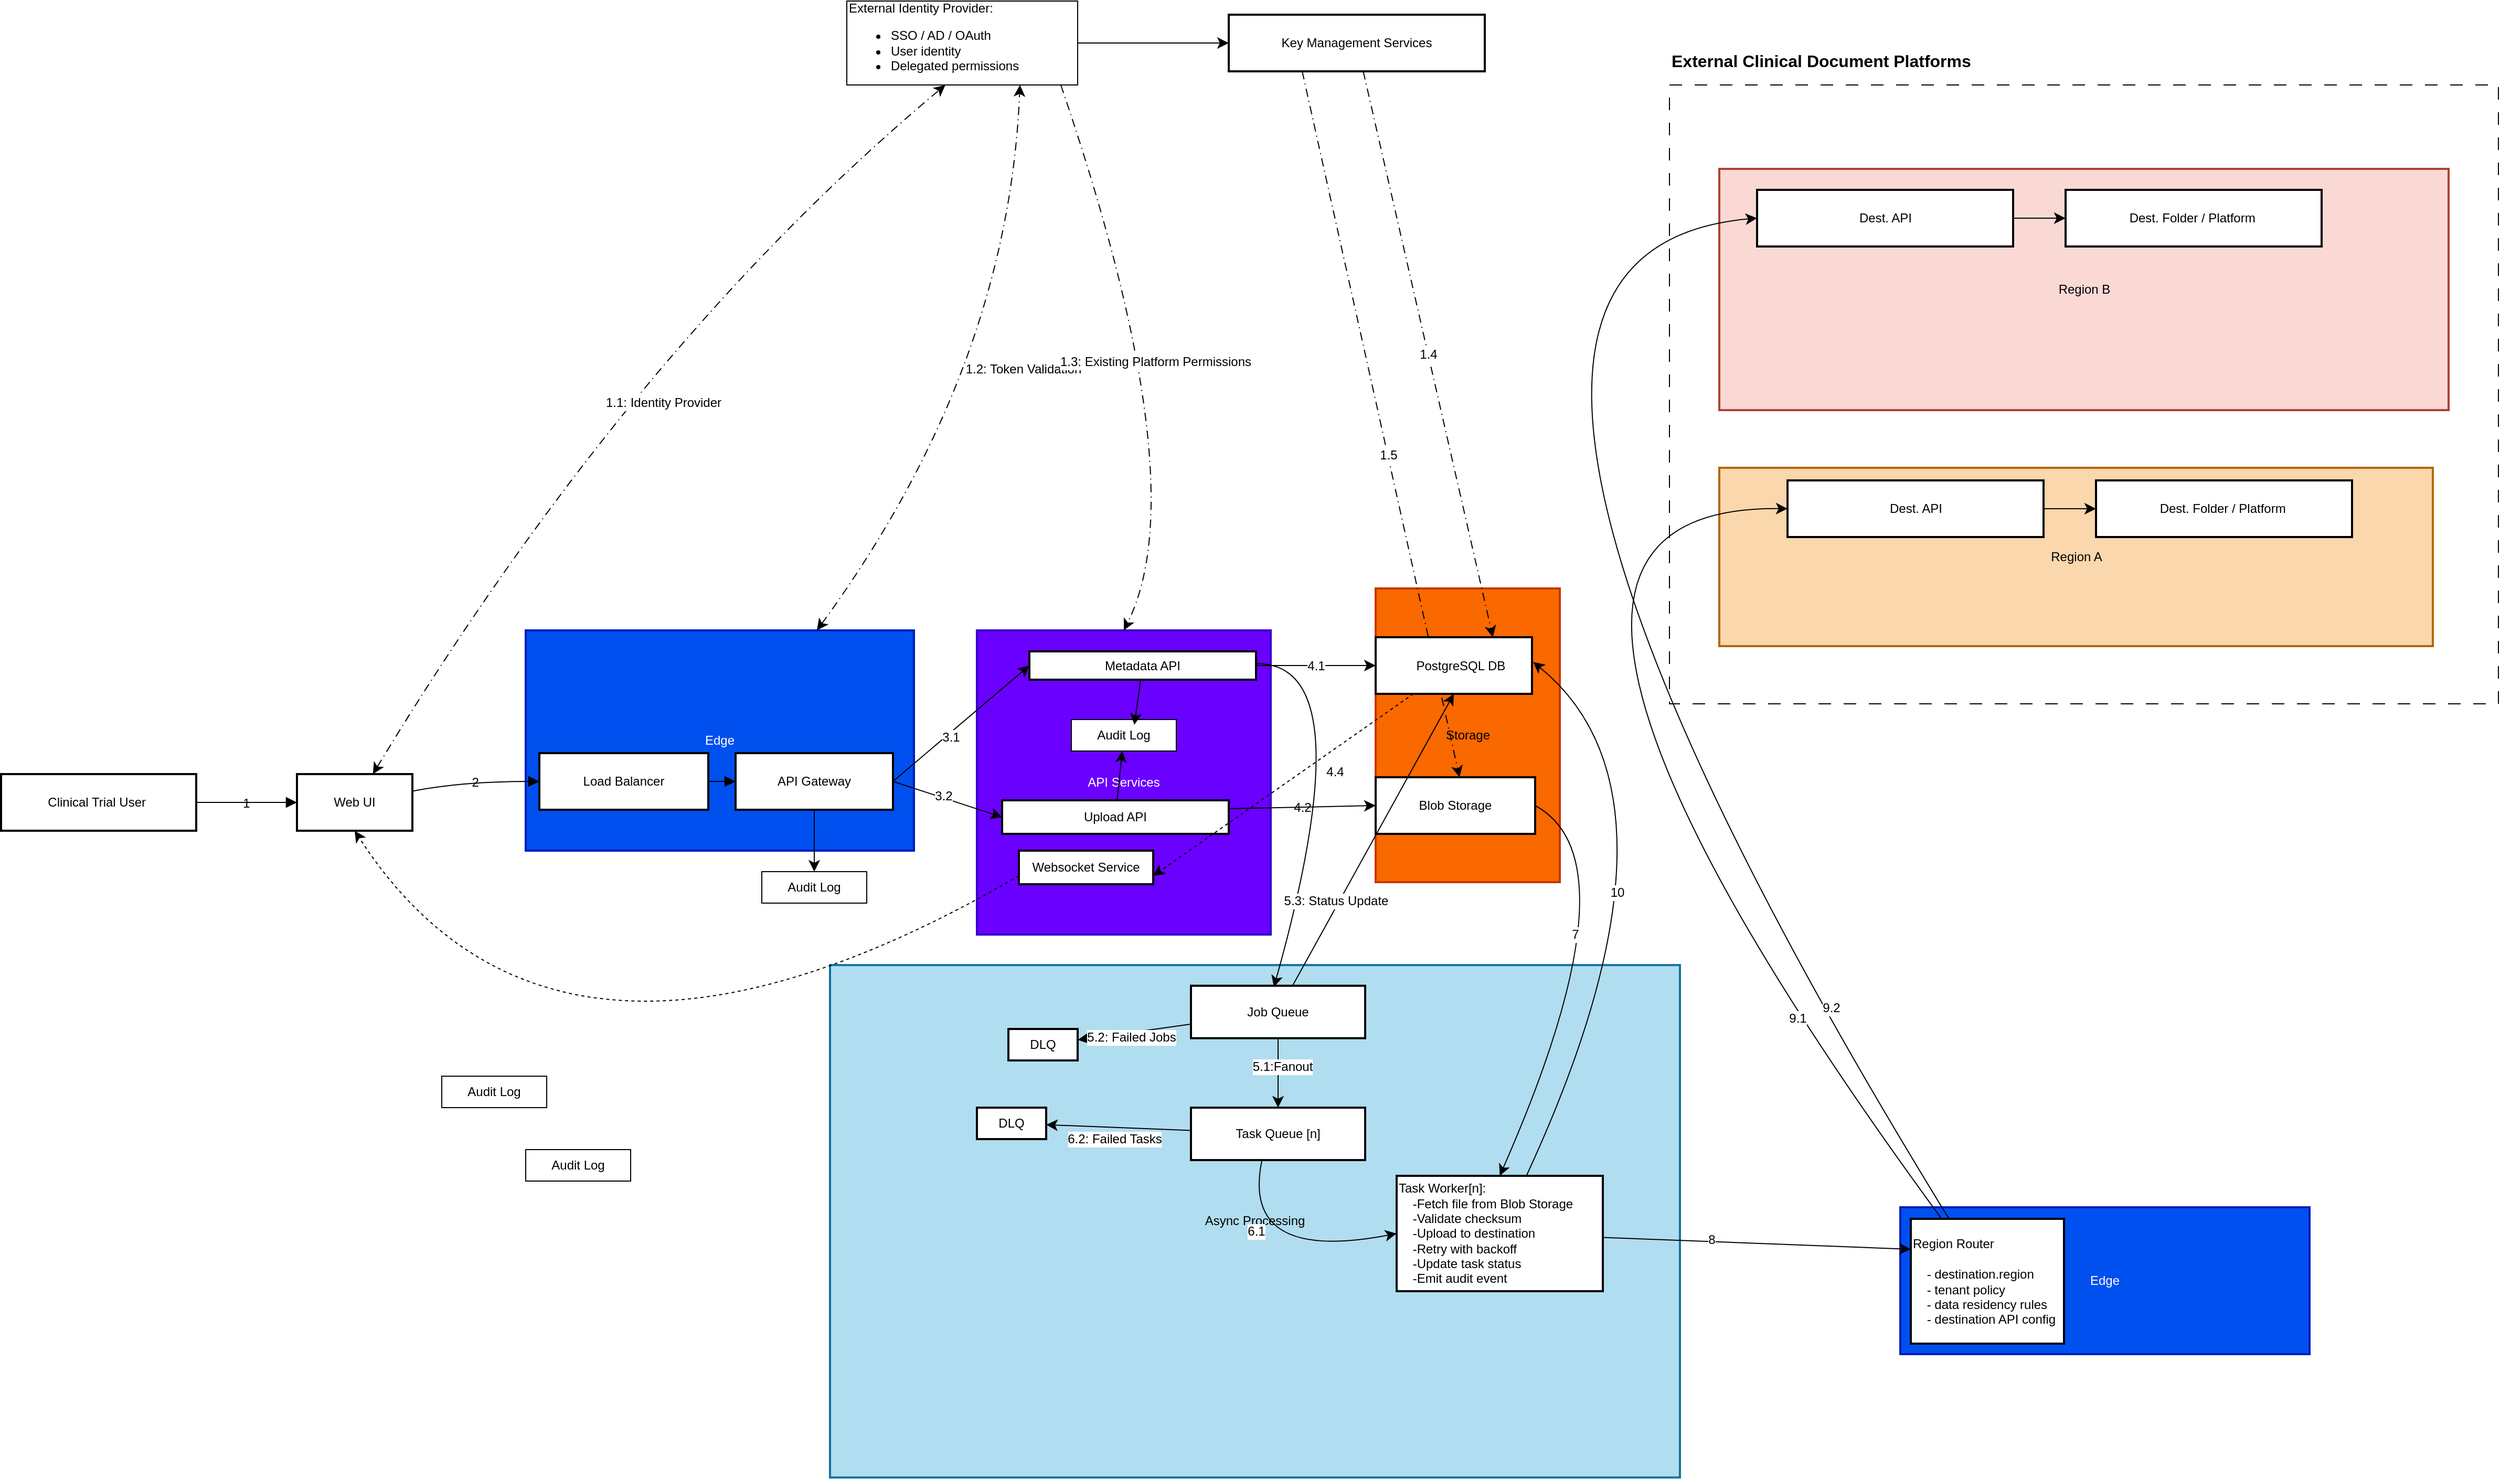
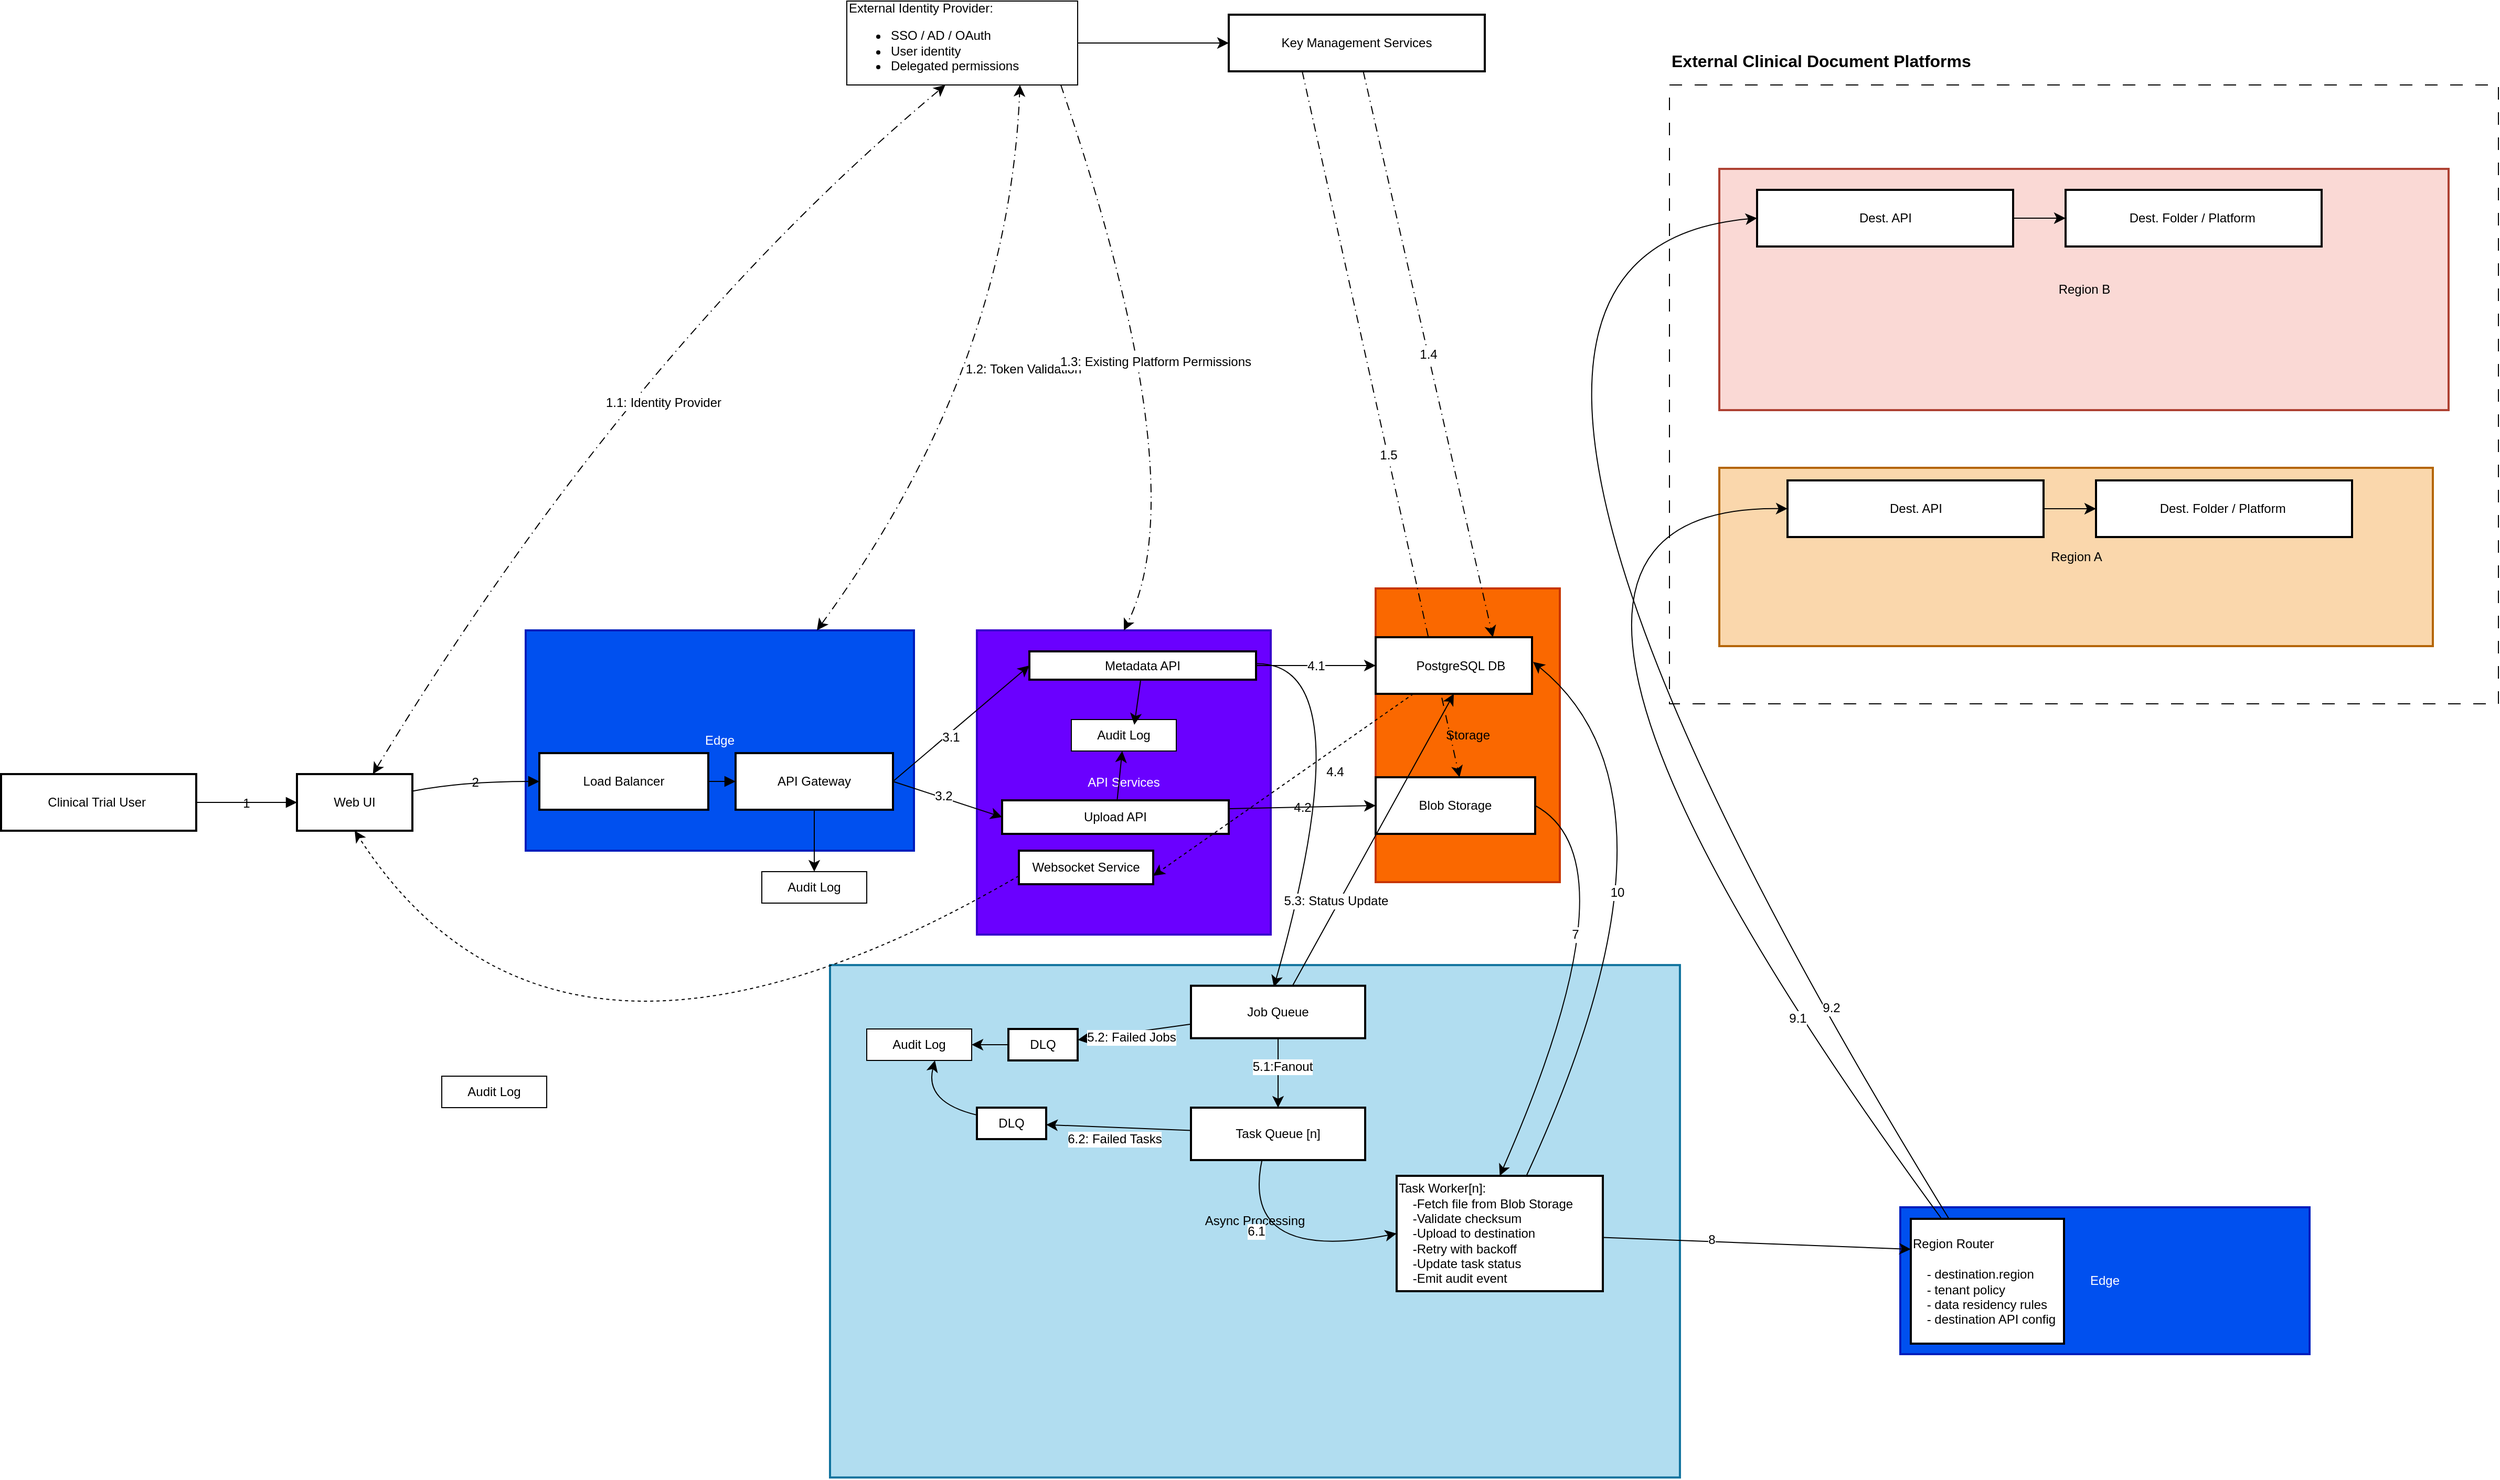
<mxfile host="app.diagrams.net">
  <diagram name="Overall-Diagram" id="Xauzskn0iYLa3f8TggF1">
-     <mxGraphModel dx="412" dy="1380" grid="1" gridSize="10" guides="1" tooltips="1" connect="1" arrows="1" fold="1" page="1" pageScale="1" pageWidth="850" pageHeight="1100" background="none" math="0" shadow="0">
+     <mxGraphModel dx="992" dy="1775" grid="1" gridSize="10" guides="1" tooltips="1" connect="1" arrows="1" fold="1" page="1" pageScale="1" pageWidth="850" pageHeight="1100" background="none" math="0" shadow="0">
      <root>
        <mxCell id="0" />
        <mxCell id="1" parent="0" />
        <mxCell id="kZjGEyZ31KSyDfQOjVAd-13" connectable="0" parent="1" style="group" value="" vertex="1">
          <mxGeometry height="630" width="790" x="1690" y="-520" as="geometry" />
        </mxCell>
        <mxCell id="kZjGEyZ31KSyDfQOjVAd-8" parent="kZjGEyZ31KSyDfQOjVAd-13" style="rounded=0;whiteSpace=wrap;html=1;fillColor=none;dashed=1;dashPattern=12 12;" value="" vertex="1">
          <mxGeometry height="590" width="790" y="40" as="geometry" />
        </mxCell>
        <mxCell id="kZjGEyZ31KSyDfQOjVAd-10" parent="kZjGEyZ31KSyDfQOjVAd-13" style="text;html=1;whiteSpace=wrap;strokeColor=none;fillColor=none;align=left;verticalAlign=middle;rounded=0;fontSize=16;" value="&lt;h2&gt;&lt;span style=&quot;-webkit-text-size-adjust: auto; font-size: medium;&quot;&gt;External Clinical Document Platforms&lt;/span&gt;&lt;/h2&gt;" vertex="1">
          <mxGeometry height="30" width="470" as="geometry" />
        </mxCell>
        <mxCell id="tPvMw2njpGqdJi2HAjV1-28" parent="kZjGEyZ31KSyDfQOjVAd-13" style="whiteSpace=wrap;strokeWidth=2;rounded=0;labelBackgroundColor=none;fillColor=#fad9d5;strokeColor=#ae4132;" value="Region B" vertex="1">
          <mxGeometry height="230" width="695" x="47.5" y="120" as="geometry" />
        </mxCell>
        <mxCell id="tPvMw2njpGqdJi2HAjV1-27" parent="kZjGEyZ31KSyDfQOjVAd-13" style="whiteSpace=wrap;strokeWidth=2;rounded=0;labelBackgroundColor=none;fillColor=#fad7ac;strokeColor=#b46504;" value="Region A" vertex="1">
          <mxGeometry height="170" width="680" x="47.5" y="405" as="geometry" />
        </mxCell>
        <mxCell id="tPvMw2njpGqdJi2HAjV1-7" parent="kZjGEyZ31KSyDfQOjVAd-13" style="whiteSpace=wrap;strokeWidth=2;rounded=0;labelBackgroundColor=none;" value="Dest. Folder / Platform " vertex="1">
          <mxGeometry height="54" width="244" x="406.5" y="417" as="geometry" />
        </mxCell>
        <mxCell id="tPvMw2njpGqdJi2HAjV1-15" edge="1" parent="kZjGEyZ31KSyDfQOjVAd-13" source="tPvMw2njpGqdJi2HAjV1-8" style="edgeStyle=none;curved=1;rounded=0;orthogonalLoop=1;jettySize=auto;html=1;fontSize=12;startSize=8;endSize=8;" target="tPvMw2njpGqdJi2HAjV1-7" value="">
          <mxGeometry relative="1" as="geometry" />
        </mxCell>
        <mxCell id="tPvMw2njpGqdJi2HAjV1-8" parent="kZjGEyZ31KSyDfQOjVAd-13" style="whiteSpace=wrap;strokeWidth=2;rounded=0;labelBackgroundColor=none;" value="Dest. API" vertex="1">
          <mxGeometry height="54" width="244" x="112.5" y="417" as="geometry" />
        </mxCell>
        <mxCell id="tPvMw2njpGqdJi2HAjV1-9" parent="kZjGEyZ31KSyDfQOjVAd-13" style="whiteSpace=wrap;strokeWidth=2;rounded=0;labelBackgroundColor=none;" value="Dest. Folder / Platform " vertex="1">
          <mxGeometry height="54" width="244" x="377.5" y="140" as="geometry" />
        </mxCell>
        <mxCell id="tPvMw2njpGqdJi2HAjV1-16" edge="1" parent="kZjGEyZ31KSyDfQOjVAd-13" source="tPvMw2njpGqdJi2HAjV1-10" style="edgeStyle=none;curved=1;rounded=0;orthogonalLoop=1;jettySize=auto;html=1;fontSize=12;startSize=8;endSize=8;" target="tPvMw2njpGqdJi2HAjV1-9" value="">
          <mxGeometry relative="1" as="geometry" />
        </mxCell>
        <mxCell id="kZjGEyZ31KSyDfQOjVAd-19" edge="1" parent="kZjGEyZ31KSyDfQOjVAd-13" source="tPvMw2njpGqdJi2HAjV1-10" style="edgeStyle=none;curved=1;rounded=0;orthogonalLoop=1;jettySize=auto;html=1;fontSize=12;startSize=8;endSize=8;">
          <mxGeometry relative="1" as="geometry">
            <mxPoint x="129.99999999999955" y="167" as="targetPoint" />
          </mxGeometry>
        </mxCell>
        <mxCell id="tPvMw2njpGqdJi2HAjV1-10" parent="kZjGEyZ31KSyDfQOjVAd-13" style="whiteSpace=wrap;strokeWidth=2;rounded=0;labelBackgroundColor=none;" value="Dest. API" vertex="1">
          <mxGeometry height="54" width="244" x="83.5" y="140" as="geometry" />
        </mxCell>
        <mxCell id="ZxT0anLmeUN1lRlBXtKW-56" parent="1" style="whiteSpace=wrap;strokeWidth=2;rounded=0;labelBackgroundColor=none;fillColor=#0050ef;fontColor=#ffffff;strokeColor=#001DBC;" value="Edge" vertex="1">
          <mxGeometry height="140" width="390" x="1910" y="590" as="geometry" />
        </mxCell>
        <mxCell id="LGeiLnGPZ_kJypGg9XhN-2" parent="1" style="whiteSpace=wrap;strokeWidth=2;rounded=0;labelBackgroundColor=none;fillColor=#b1ddf0;strokeColor=#10739e;aspect=fixed;" value="Async Processing" vertex="1">
          <mxGeometry height="488.53" width="809.97" x="890" y="359.08" as="geometry" />
        </mxCell>
        <mxCell id="LGeiLnGPZ_kJypGg9XhN-4" parent="1" style="whiteSpace=wrap;strokeWidth=2;rounded=0;labelBackgroundColor=none;fillColor=#6a00ff;fontColor=#ffffff;strokeColor=#3700CC;" value="API Services" vertex="1">
          <mxGeometry height="290" width="280" x="1030" y="40" as="geometry" />
        </mxCell>
        <mxCell id="LGeiLnGPZ_kJypGg9XhN-3" parent="1" style="whiteSpace=wrap;strokeWidth=2;rounded=0;labelBackgroundColor=none;fillColor=#fa6800;fontColor=#000000;strokeColor=#C73500;" value="Storage" vertex="1">
          <mxGeometry height="280" width="175.5" x="1410" as="geometry" />
        </mxCell>
        <mxCell id="LGeiLnGPZ_kJypGg9XhN-5" parent="1" style="whiteSpace=wrap;strokeWidth=2;rounded=0;labelBackgroundColor=none;fillColor=#0050ef;fontColor=#ffffff;strokeColor=#001DBC;" value="Edge" vertex="1">
          <mxGeometry height="210" width="370" x="600" y="40" as="geometry" />
        </mxCell>
        <mxCell id="LGeiLnGPZ_kJypGg9XhN-6" parent="1" style="whiteSpace=wrap;strokeWidth=2;rounded=0;labelBackgroundColor=none;" value="Clinical Trial User " vertex="1">
          <mxGeometry height="54" width="186" x="100" y="177" as="geometry" />
        </mxCell>
        <mxCell id="kZjGEyZ31KSyDfQOjVAd-4" edge="1" parent="1" style="edgeStyle=none;curved=1;rounded=0;orthogonalLoop=1;jettySize=auto;html=1;entryX=0.427;entryY=1;entryDx=0;entryDy=0;fontSize=12;startSize=8;endSize=8;dashed=1;dashPattern=8 4 1 4;startArrow=classic;startFill=1;entryPerimeter=0;" target="kZjGEyZ31KSyDfQOjVAd-6" value="1.1: Identity Provider">
          <mxGeometry relative="1" x="0.0321" y="-53" as="geometry">
            <mxPoint as="offset" />
            <Array as="points">
              <mxPoint x="701" y="-230" />
            </Array>
            <mxPoint x="454.3617511520737" y="177" as="sourcePoint" />
            <mxPoint x="1140.5" y="-433" as="targetPoint" />
          </mxGeometry>
        </mxCell>
        <mxCell id="LGeiLnGPZ_kJypGg9XhN-7" parent="1" style="whiteSpace=wrap;strokeWidth=2;rounded=0;labelBackgroundColor=none;" value="Web UI" vertex="1">
          <mxGeometry height="54" width="110" x="382" y="177" as="geometry" />
        </mxCell>
        <mxCell id="LGeiLnGPZ_kJypGg9XhN-8" parent="1" style="whiteSpace=wrap;strokeWidth=2;rounded=0;labelBackgroundColor=none;align=center;" value="&#xa;Load Balancer&#xa;" vertex="1">
          <mxGeometry height="54" width="161" x="613" y="157" as="geometry" />
        </mxCell>
        <mxCell id="ijDLy2rUQYNMrnhEq9o_-15" edge="1" parent="1" source="LGeiLnGPZ_kJypGg9XhN-9" style="edgeStyle=none;curved=1;rounded=0;orthogonalLoop=1;jettySize=auto;html=1;fontSize=12;startSize=8;endSize=8;entryX=0;entryY=0.5;entryDx=0;entryDy=0;labelBackgroundColor=none;fontColor=default;exitX=1;exitY=0.5;exitDx=0;exitDy=0;" target="LGeiLnGPZ_kJypGg9XhN-10">
          <mxGeometry relative="1" as="geometry">
            <mxPoint x="1059.9999999999998" y="229.99999999999977" as="targetPoint" />
          </mxGeometry>
        </mxCell>
        <mxCell id="kZjGEyZ31KSyDfQOjVAd-1" connectable="0" parent="ijDLy2rUQYNMrnhEq9o_-15" style="edgeLabel;html=1;align=center;verticalAlign=middle;resizable=0;points=[];fontSize=12;" value="3.1" vertex="1">
          <mxGeometry relative="1" x="-0.1984" y="-3" as="geometry">
            <mxPoint x="1" as="offset" />
          </mxGeometry>
        </mxCell>
        <mxCell id="ijDLy2rUQYNMrnhEq9o_-17" edge="1" parent="1" source="LGeiLnGPZ_kJypGg9XhN-9" style="edgeStyle=none;curved=1;rounded=0;orthogonalLoop=1;jettySize=auto;html=1;entryX=0;entryY=0.5;entryDx=0;entryDy=0;fontSize=12;startSize=8;endSize=8;exitX=1;exitY=0.5;exitDx=0;exitDy=0;" target="LGeiLnGPZ_kJypGg9XhN-11">
          <mxGeometry relative="1" as="geometry">
            <mxPoint x="960" y="190" as="sourcePoint" />
          </mxGeometry>
        </mxCell>
        <mxCell id="kZjGEyZ31KSyDfQOjVAd-2" connectable="0" parent="ijDLy2rUQYNMrnhEq9o_-17" style="edgeLabel;html=1;align=center;verticalAlign=middle;resizable=0;points=[];fontSize=12;" value="3.2" vertex="1">
          <mxGeometry relative="1" x="-0.0885" y="2" as="geometry">
            <mxPoint as="offset" />
          </mxGeometry>
        </mxCell>
        <mxCell id="tPvMw2njpGqdJi2HAjV1-17" edge="1" parent="1" source="LGeiLnGPZ_kJypGg9XhN-5" style="edgeStyle=none;curved=1;rounded=0;orthogonalLoop=1;jettySize=auto;html=1;entryX=0.75;entryY=1;entryDx=0;entryDy=0;fontSize=12;startSize=8;endSize=8;dashed=1;dashPattern=8 4 1 4;startArrow=classic;startFill=1;exitX=0.75;exitY=0;exitDx=0;exitDy=0;" target="kZjGEyZ31KSyDfQOjVAd-6" value="1.2: Token Validation">
          <mxGeometry relative="1" x="0.0672" y="-14" as="geometry">
            <mxPoint as="offset" />
            <Array as="points">
              <mxPoint x="1060" y="-210" />
            </Array>
            <mxPoint x="853.7118320610687" y="157" as="sourcePoint" />
            <mxPoint x="1240.5" y="-406" as="targetPoint" />
          </mxGeometry>
        </mxCell>
        <mxCell id="H6ffHFjMrClnpl93w-sh-11" edge="1" parent="1" source="LGeiLnGPZ_kJypGg9XhN-9" style="edgeStyle=none;curved=1;rounded=0;orthogonalLoop=1;jettySize=auto;html=1;fontSize=12;startSize=8;endSize=8;" target="H6ffHFjMrClnpl93w-sh-10" value="">
          <mxGeometry relative="1" as="geometry" />
        </mxCell>
        <mxCell id="LGeiLnGPZ_kJypGg9XhN-9" parent="1" style="whiteSpace=wrap;strokeWidth=2;rounded=0;labelBackgroundColor=none;" value="API Gateway" vertex="1">
          <mxGeometry height="54" width="150" x="800" y="157" as="geometry" />
        </mxCell>
        <mxCell id="ijDLy2rUQYNMrnhEq9o_-19" edge="1" parent="1" source="LGeiLnGPZ_kJypGg9XhN-10" style="edgeStyle=none;curved=1;rounded=0;orthogonalLoop=1;jettySize=auto;html=1;entryX=0;entryY=0.5;entryDx=0;entryDy=0;fontSize=12;startSize=8;endSize=8;exitX=1;exitY=0.5;exitDx=0;exitDy=0;" target="LGeiLnGPZ_kJypGg9XhN-12" value="4.1">
          <mxGeometry relative="1" as="geometry" />
        </mxCell>
        <mxCell id="ZxT0anLmeUN1lRlBXtKW-1" edge="1" parent="1" source="LGeiLnGPZ_kJypGg9XhN-10" style="edgeStyle=none;curved=1;rounded=0;orthogonalLoop=1;jettySize=auto;html=1;entryX=0.5;entryY=0;entryDx=0;entryDy=0;fontSize=12;startSize=8;endSize=8;" value="4.4">
          <mxGeometry relative="1" as="geometry">
            <Array as="points">
              <mxPoint x="1400" y="70" />
            </Array>
            <mxPoint x="1313" y="380" as="targetPoint" />
          </mxGeometry>
        </mxCell>
        <mxCell id="LGeiLnGPZ_kJypGg9XhN-10" parent="1" style="whiteSpace=wrap;strokeWidth=2;rounded=0;labelBackgroundColor=none;" value="Metadata API" vertex="1">
          <mxGeometry height="27" width="216" x="1080" y="60" as="geometry" />
        </mxCell>
        <mxCell id="ijDLy2rUQYNMrnhEq9o_-12" edge="1" parent="1" source="LGeiLnGPZ_kJypGg9XhN-11" style="edgeStyle=none;curved=1;rounded=0;orthogonalLoop=1;jettySize=auto;html=1;entryX=0;entryY=0.5;entryDx=0;entryDy=0;fontSize=12;startSize=8;endSize=8;exitX=1;exitY=0.25;exitDx=0;exitDy=0;labelBackgroundColor=none;fontColor=default;" target="LGeiLnGPZ_kJypGg9XhN-13" value="4.2">
          <mxGeometry relative="1" as="geometry" />
        </mxCell>
        <mxCell id="H6ffHFjMrClnpl93w-sh-22" edge="1" parent="1" source="LGeiLnGPZ_kJypGg9XhN-11" style="edgeStyle=none;curved=1;rounded=0;orthogonalLoop=1;jettySize=auto;html=1;fontSize=12;startSize=8;endSize=8;" target="H6ffHFjMrClnpl93w-sh-17">
          <mxGeometry relative="1" as="geometry" />
        </mxCell>
        <mxCell id="LGeiLnGPZ_kJypGg9XhN-11" parent="1" style="whiteSpace=wrap;strokeWidth=2;rounded=0;labelBackgroundColor=none;" value="Upload API" vertex="1">
          <mxGeometry height="32" width="216" x="1054" y="202" as="geometry" />
        </mxCell>
        <mxCell id="tPvMw2njpGqdJi2HAjV1-18" edge="1" parent="1" source="LGeiLnGPZ_kJypGg9XhN-20" style="edgeStyle=none;curved=1;rounded=0;orthogonalLoop=1;jettySize=auto;html=1;entryX=0.75;entryY=0;entryDx=0;entryDy=0;fontSize=12;startSize=8;endSize=8;dashed=1;dashPattern=8 4 1 4;" target="LGeiLnGPZ_kJypGg9XhN-12" value="1.4">
          <mxGeometry relative="1" as="geometry" />
        </mxCell>
        <mxCell id="tPvMw2njpGqdJi2HAjV1-19" edge="1" parent="1" style="edgeStyle=none;curved=1;rounded=0;orthogonalLoop=1;jettySize=auto;html=1;entryX=0.526;entryY=0;entryDx=0;entryDy=0;fontSize=12;startSize=8;endSize=8;dashed=1;dashPattern=8 4 1 4;entryPerimeter=0;" target="LGeiLnGPZ_kJypGg9XhN-13">
          <mxGeometry relative="1" as="geometry">
            <mxPoint x="1340.0036176066023" y="-493" as="sourcePoint" />
            <mxPoint x="1503.69" y="207" as="targetPoint" />
          </mxGeometry>
        </mxCell>
        <mxCell id="kZjGEyZ31KSyDfQOjVAd-3" connectable="0" parent="tPvMw2njpGqdJi2HAjV1-19" style="edgeLabel;html=1;align=center;verticalAlign=middle;resizable=0;points=[];fontSize=12;" value="1.5" vertex="1">
          <mxGeometry relative="1" x="0.0872" as="geometry">
            <mxPoint as="offset" />
          </mxGeometry>
        </mxCell>
        <mxCell id="kZjGEyZ31KSyDfQOjVAd-5" edge="1" parent="1" source="kZjGEyZ31KSyDfQOjVAd-6" style="edgeStyle=none;curved=1;rounded=0;orthogonalLoop=1;jettySize=auto;html=1;fontSize=12;startSize=8;endSize=8;dashed=1;dashPattern=8 4 1 4;entryX=0.5;entryY=0;entryDx=0;entryDy=0;exitX=0.927;exitY=1;exitDx=0;exitDy=0;exitPerimeter=0;" target="LGeiLnGPZ_kJypGg9XhN-4" value="1.3: Existing Platform Permissions">
          <mxGeometry relative="1" as="geometry">
            <Array as="points">
              <mxPoint x="1240" y="-100" />
            </Array>
            <mxPoint x="1160" y="20" as="targetPoint" />
          </mxGeometry>
        </mxCell>
        <mxCell id="LGeiLnGPZ_kJypGg9XhN-20" parent="1" style="whiteSpace=wrap;strokeWidth=2;rounded=0;labelBackgroundColor=none;" value="Key Management Services" vertex="1">
          <mxGeometry height="54" width="244" x="1270" y="-547" as="geometry" />
        </mxCell>
        <mxCell id="LGeiLnGPZ_kJypGg9XhN-23" edge="1" parent="1" source="LGeiLnGPZ_kJypGg9XhN-6" style="curved=1;startArrow=none;endArrow=block;exitX=1;exitY=0.5;entryX=0;entryY=0.5;rounded=0;fontSize=12;startSize=8;endSize=8;labelBackgroundColor=none;fontColor=default;" target="LGeiLnGPZ_kJypGg9XhN-7" value="1">
          <mxGeometry relative="1" as="geometry">
            <Array as="points" />
          </mxGeometry>
        </mxCell>
        <mxCell id="LGeiLnGPZ_kJypGg9XhN-24" edge="1" parent="1" source="LGeiLnGPZ_kJypGg9XhN-7" style="curved=1;startArrow=none;endArrow=block;exitX=1;exitY=0.3;entryX=0;entryY=0.5;rounded=0;fontSize=12;startSize=8;endSize=8;labelBackgroundColor=none;fontColor=default;" target="LGeiLnGPZ_kJypGg9XhN-8" value="2">
          <mxGeometry relative="1" as="geometry">
            <Array as="points">
              <mxPoint x="540" y="184" />
            </Array>
          </mxGeometry>
        </mxCell>
        <mxCell id="LGeiLnGPZ_kJypGg9XhN-35" edge="1" parent="1" source="LGeiLnGPZ_kJypGg9XhN-8" style="curved=1;startArrow=none;endArrow=block;exitX=1;exitY=0.5;entryX=0;entryY=0.5;rounded=0;fontSize=12;startSize=8;endSize=8;labelBackgroundColor=none;fontColor=default;" target="LGeiLnGPZ_kJypGg9XhN-9" value="">
          <mxGeometry relative="1" as="geometry">
            <Array as="points" />
          </mxGeometry>
        </mxCell>
        <mxCell id="tPvMw2njpGqdJi2HAjV1-29" edge="1" parent="1" source="LGeiLnGPZ_kJypGg9XhN-18" style="edgeStyle=none;curved=1;rounded=0;orthogonalLoop=1;jettySize=auto;html=1;entryX=0.5;entryY=1;entryDx=0;entryDy=0;fontSize=12;startSize=8;endSize=8;dashed=1;exitX=0;exitY=0.75;exitDx=0;exitDy=0;" target="LGeiLnGPZ_kJypGg9XhN-7">
          <mxGeometry relative="1" as="geometry">
            <Array as="points">
              <mxPoint x="630" y="530" />
            </Array>
          </mxGeometry>
        </mxCell>
        <mxCell id="LGeiLnGPZ_kJypGg9XhN-18" parent="1" style="whiteSpace=wrap;strokeWidth=2;rounded=0;labelBackgroundColor=none;" value="Websocket Service" vertex="1">
          <mxGeometry height="32" width="128" x="1070" y="250" as="geometry" />
        </mxCell>
        <mxCell id="kZjGEyZ31KSyDfQOjVAd-26" edge="1" parent="1" source="LGeiLnGPZ_kJypGg9XhN-13" style="edgeStyle=none;curved=1;rounded=0;orthogonalLoop=1;jettySize=auto;html=1;entryX=0.5;entryY=0;entryDx=0;entryDy=0;fontSize=12;startSize=8;endSize=8;exitX=1;exitY=0.5;exitDx=0;exitDy=0;" target="ZxT0anLmeUN1lRlBXtKW-53" value="7">
          <mxGeometry relative="1" x="-0.0907" y="-27" as="geometry">
            <mxPoint as="offset" />
            <Array as="points">
              <mxPoint x="1660" y="260" />
            </Array>
          </mxGeometry>
        </mxCell>
        <mxCell id="LGeiLnGPZ_kJypGg9XhN-13" parent="1" style="whiteSpace=wrap;strokeWidth=2;rounded=0;labelBackgroundColor=none;" value="Blob Storage" vertex="1">
          <mxGeometry height="54" width="152" x="1410" y="180" as="geometry" />
        </mxCell>
        <mxCell id="H6ffHFjMrClnpl93w-sh-3" edge="1" parent="1" source="LGeiLnGPZ_kJypGg9XhN-12" style="edgeStyle=none;curved=1;rounded=0;orthogonalLoop=1;jettySize=auto;html=1;entryX=1;entryY=0.75;entryDx=0;entryDy=0;fontSize=12;startSize=8;endSize=8;dashed=1;" target="LGeiLnGPZ_kJypGg9XhN-18">
          <mxGeometry relative="1" as="geometry" />
        </mxCell>
        <mxCell id="LGeiLnGPZ_kJypGg9XhN-12" parent="1" style="whiteSpace=wrap;strokeWidth=2;rounded=0;labelBackgroundColor=none;fontStyle=0" value="    PostgreSQL DB" vertex="1">
          <mxGeometry height="54" width="149" x="1410" y="46.5" as="geometry" />
        </mxCell>
        <mxCell id="kZjGEyZ31KSyDfQOjVAd-17" edge="1" parent="1" source="tPvMw2njpGqdJi2HAjV1-6" style="edgeStyle=none;curved=1;rounded=0;orthogonalLoop=1;jettySize=auto;html=1;fontSize=12;startSize=8;endSize=8;entryX=0;entryY=0.5;entryDx=0;entryDy=0;" target="tPvMw2njpGqdJi2HAjV1-8" value="9.1">
          <mxGeometry relative="1" x="-0.6065" y="-2" as="geometry">
            <mxPoint as="offset" />
            <Array as="points">
              <mxPoint x="1450" y="-80" />
            </Array>
            <mxPoint x="1969.9999999999995" y="-40" as="targetPoint" />
          </mxGeometry>
        </mxCell>
        <mxCell id="kZjGEyZ31KSyDfQOjVAd-18" edge="1" parent="1" source="tPvMw2njpGqdJi2HAjV1-6" style="edgeStyle=none;curved=1;rounded=0;orthogonalLoop=1;jettySize=auto;html=1;fontSize=12;startSize=8;endSize=8;entryX=0;entryY=0.5;entryDx=0;entryDy=0;" target="tPvMw2njpGqdJi2HAjV1-10" value="9.2">
          <mxGeometry relative="1" x="-0.6863" y="-9" as="geometry">
            <mxPoint as="offset" />
            <Array as="points">
              <mxPoint x="1390" y="-320" />
            </Array>
            <mxPoint x="1779.9999999999995" y="-360" as="targetPoint" />
          </mxGeometry>
        </mxCell>
        <mxCell id="tPvMw2njpGqdJi2HAjV1-6" parent="1" style="whiteSpace=wrap;strokeWidth=2;rounded=0;labelBackgroundColor=none;align=left;" value="Region Router&#xa;&#xa;    - destination.region&#xa;    - tenant policy&#xa;    - data residency rules&#xa;    - destination API config" vertex="1">
          <mxGeometry height="119" width="146" x="1920" y="601" as="geometry" />
        </mxCell>
        <mxCell id="ZxT0anLmeUN1lRlBXtKW-5" edge="1" parent="1" source="ZxT0anLmeUN1lRlBXtKW-3" style="edgeStyle=none;curved=1;rounded=0;orthogonalLoop=1;jettySize=auto;html=1;fontSize=12;startSize=8;endSize=8;" target="ZxT0anLmeUN1lRlBXtKW-4" value="">
          <mxGeometry relative="1" as="geometry" />
        </mxCell>
        <mxCell id="kZjGEyZ31KSyDfQOjVAd-20" connectable="0" parent="ZxT0anLmeUN1lRlBXtKW-5" style="edgeLabel;html=1;align=center;verticalAlign=middle;resizable=0;points=[];fontSize=12;" value="5.1:Fanout" vertex="1">
          <mxGeometry relative="1" x="-0.1908" y="4" as="geometry">
            <mxPoint as="offset" />
          </mxGeometry>
        </mxCell>
        <mxCell id="ZxT0anLmeUN1lRlBXtKW-52" edge="1" parent="1" source="ZxT0anLmeUN1lRlBXtKW-3" style="edgeStyle=none;curved=1;rounded=0;orthogonalLoop=1;jettySize=auto;html=1;fontSize=12;startSize=8;endSize=8;" target="ZxT0anLmeUN1lRlBXtKW-9" value="">
          <mxGeometry relative="1" as="geometry" />
        </mxCell>
        <mxCell id="kZjGEyZ31KSyDfQOjVAd-22" connectable="0" parent="ZxT0anLmeUN1lRlBXtKW-52" style="edgeLabel;html=1;align=center;verticalAlign=middle;resizable=0;points=[];fontSize=12;" value="5.2: Failed Jobs" vertex="1">
          <mxGeometry relative="1" x="0.0649" y="4" as="geometry">
            <mxPoint as="offset" />
          </mxGeometry>
        </mxCell>
        <mxCell id="H6ffHFjMrClnpl93w-sh-1" edge="1" parent="1" source="ZxT0anLmeUN1lRlBXtKW-3" style="edgeStyle=none;curved=1;rounded=0;orthogonalLoop=1;jettySize=auto;html=1;entryX=0.5;entryY=1;entryDx=0;entryDy=0;fontSize=12;startSize=8;endSize=8;" target="LGeiLnGPZ_kJypGg9XhN-12">
          <mxGeometry relative="1" as="geometry" />
        </mxCell>
        <mxCell id="H6ffHFjMrClnpl93w-sh-2" connectable="0" parent="H6ffHFjMrClnpl93w-sh-1" style="edgeLabel;html=1;align=center;verticalAlign=middle;resizable=0;points=[];fontSize=12;" value="5.3: Status Update" vertex="1">
          <mxGeometry relative="1" x="-0.4298" y="3" as="geometry">
            <mxPoint as="offset" />
          </mxGeometry>
        </mxCell>
        <mxCell id="ZxT0anLmeUN1lRlBXtKW-3" parent="1" style="whiteSpace=wrap;strokeWidth=2;rounded=0;labelBackgroundColor=none;" value="Job Queue" vertex="1">
          <mxGeometry height="50" width="166" x="1234" y="378.79999999999995" as="geometry" />
        </mxCell>
        <mxCell id="ZxT0anLmeUN1lRlBXtKW-21" edge="1" parent="1" source="ZxT0anLmeUN1lRlBXtKW-4" style="edgeStyle=none;curved=1;rounded=0;orthogonalLoop=1;jettySize=auto;html=1;fontSize=12;startSize=8;endSize=8;" target="ZxT0anLmeUN1lRlBXtKW-11" value="">
          <mxGeometry relative="1" as="geometry" />
        </mxCell>
        <mxCell id="kZjGEyZ31KSyDfQOjVAd-23" connectable="0" parent="ZxT0anLmeUN1lRlBXtKW-21" style="edgeLabel;html=1;align=center;verticalAlign=middle;resizable=0;points=[];fontSize=12;" value="6.2: Failed Tasks" vertex="1">
          <mxGeometry relative="1" x="-0.2155" y="3" as="geometry">
            <mxPoint x="-19" y="7" as="offset" />
          </mxGeometry>
        </mxCell>
        <mxCell id="ZxT0anLmeUN1lRlBXtKW-54" edge="1" parent="1" source="ZxT0anLmeUN1lRlBXtKW-4" style="edgeStyle=none;curved=1;rounded=0;orthogonalLoop=1;jettySize=auto;html=1;entryX=0;entryY=0.5;entryDx=0;entryDy=0;fontSize=12;startSize=8;endSize=8;exitX=0.422;exitY=0.8;exitDx=0;exitDy=0;exitPerimeter=0;" target="ZxT0anLmeUN1lRlBXtKW-53" value="6.1">
          <mxGeometry relative="1" x="-0.4334" y="13" as="geometry">
            <mxPoint as="offset" />
            <Array as="points">
              <mxPoint x="1274" y="645" />
            </Array>
          </mxGeometry>
        </mxCell>
        <mxCell id="ZxT0anLmeUN1lRlBXtKW-4" parent="1" style="whiteSpace=wrap;strokeWidth=2;rounded=0;labelBackgroundColor=none;" value="Task Queue [n]" vertex="1">
          <mxGeometry height="50" width="166" x="1234" y="495" as="geometry" />
        </mxCell>
+         <mxCell id="H6ffHFjMrClnpl93w-sh-24" edge="1" parent="1" source="ZxT0anLmeUN1lRlBXtKW-9" style="edgeStyle=none;curved=1;rounded=0;orthogonalLoop=1;jettySize=auto;html=1;entryX=1;entryY=0.5;entryDx=0;entryDy=0;fontSize=12;startSize=8;endSize=8;" target="H6ffHFjMrClnpl93w-sh-13">
+           <mxGeometry relative="1" as="geometry" />
+         </mxCell>
        <mxCell id="ZxT0anLmeUN1lRlBXtKW-9" parent="1" style="whiteSpace=wrap;strokeWidth=2;rounded=0;labelBackgroundColor=none;" value="DLQ" vertex="1">
-           <mxGeometry height="30" width="66" x="1060" y="419.99999999999994" as="geometry" />
+           <mxGeometry height="30" width="66" x="1060" y="420" as="geometry" />
        </mxCell>
        <mxCell id="ZxT0anLmeUN1lRlBXtKW-11" parent="1" style="whiteSpace=wrap;strokeWidth=2;rounded=0;labelBackgroundColor=none;" value="DLQ" vertex="1">
          <mxGeometry height="30" width="66" x="1030" y="495" as="geometry" />
        </mxCell>
        <mxCell id="ZxT0anLmeUN1lRlBXtKW-55" edge="1" parent="1" source="ZxT0anLmeUN1lRlBXtKW-53" style="edgeStyle=none;curved=1;rounded=0;orthogonalLoop=1;jettySize=auto;html=1;fontSize=12;startSize=8;endSize=8;">
          <mxGeometry relative="1" as="geometry">
            <mxPoint x="1920.0000000000005" y="630" as="targetPoint" />
          </mxGeometry>
        </mxCell>
        <mxCell id="kZjGEyZ31KSyDfQOjVAd-24" connectable="0" parent="ZxT0anLmeUN1lRlBXtKW-55" style="edgeLabel;html=1;align=center;verticalAlign=middle;resizable=0;points=[];fontSize=12;" value="8" vertex="1">
          <mxGeometry relative="1" x="-0.2942" y="2" as="geometry">
            <mxPoint as="offset" />
          </mxGeometry>
        </mxCell>
        <mxCell id="kZjGEyZ31KSyDfQOjVAd-27" edge="1" parent="1" source="ZxT0anLmeUN1lRlBXtKW-53" style="edgeStyle=none;curved=1;rounded=0;orthogonalLoop=1;jettySize=auto;html=1;fontSize=12;startSize=8;endSize=8;" value="10">
          <mxGeometry relative="1" x="-0.066" y="35" as="geometry">
            <mxPoint as="offset" />
            <Array as="points">
              <mxPoint x="1720" y="200" />
            </Array>
            <mxPoint x="1560" y="70" as="targetPoint" />
          </mxGeometry>
        </mxCell>
        <mxCell id="ZxT0anLmeUN1lRlBXtKW-53" parent="1" style="whiteSpace=wrap;strokeWidth=2;rounded=0;labelBackgroundColor=none;align=left;" value="Task Worker[n]:&#xa;    -Fetch file from Blob Storage&#xa;    -Validate checksum&#xa;    -Upload to destination&#xa;    -Retry with backoff&#xa;    -Update task status&#xa;    -Emit audit event" vertex="1">
          <mxGeometry height="110" width="196.5" x="1430" y="560" as="geometry" />
        </mxCell>
        <mxCell id="kZjGEyZ31KSyDfQOjVAd-7" edge="1" parent="1" source="kZjGEyZ31KSyDfQOjVAd-6" style="edgeStyle=none;curved=1;rounded=0;orthogonalLoop=1;jettySize=auto;html=1;fontSize=12;startSize=8;endSize=8;" target="LGeiLnGPZ_kJypGg9XhN-20" value="">
          <mxGeometry relative="1" as="geometry" />
        </mxCell>
        <mxCell id="kZjGEyZ31KSyDfQOjVAd-6" parent="1" style="whiteSpace=wrap;html=1;align=left;" value="&lt;div&gt;External Identity Provider:&lt;/div&gt;&lt;div&gt;&lt;ul&gt;&lt;li style=&quot;&quot;&gt;SSO / AD / OAuth&lt;/li&gt;&lt;li style=&quot;&quot;&gt;User identity&lt;/li&gt;&lt;li&gt;Delegated permissions&lt;br&gt;&lt;/li&gt;&lt;/ul&gt;&lt;/div&gt;" vertex="1">
          <mxGeometry height="80" width="220" x="906" y="-560" as="geometry" />
        </mxCell>
        <mxCell id="H6ffHFjMrClnpl93w-sh-9" parent="1" style="whiteSpace=wrap;html=1;strokeColor=default;align=center;verticalAlign=middle;fontFamily=Helvetica;fontSize=12;fontColor=default;fillColor=default;" value="Audit Log" vertex="1">
          <mxGeometry height="30" width="100" x="520" y="465" as="geometry" />
        </mxCell>
        <mxCell id="H6ffHFjMrClnpl93w-sh-10" parent="1" style="whiteSpace=wrap;html=1;" value="Audit Log" vertex="1">
          <mxGeometry height="30" width="100" x="825" y="270" as="geometry" />
        </mxCell>
        <mxCell id="H6ffHFjMrClnpl93w-sh-13" parent="1" style="whiteSpace=wrap;html=1;" value="Audit Log" vertex="1">
-           <mxGeometry height="30" width="100" x="600" y="535" as="geometry" />
+           <mxGeometry height="30" width="100" x="925" y="420" as="geometry" />
        </mxCell>
        <mxCell id="H6ffHFjMrClnpl93w-sh-17" parent="1" style="whiteSpace=wrap;html=1;" value="Audit Log" vertex="1">
          <mxGeometry height="30" width="100" x="1120" y="125" as="geometry" />
        </mxCell>
        <mxCell id="H6ffHFjMrClnpl93w-sh-23" edge="1" parent="1" source="LGeiLnGPZ_kJypGg9XhN-10" style="edgeStyle=none;curved=1;rounded=0;orthogonalLoop=1;jettySize=auto;html=1;entryX=0.6;entryY=0.167;entryDx=0;entryDy=0;entryPerimeter=0;fontSize=12;startSize=8;endSize=8;" target="H6ffHFjMrClnpl93w-sh-17">
          <mxGeometry relative="1" as="geometry" />
+         </mxCell>
+         <mxCell id="H6ffHFjMrClnpl93w-sh-25" edge="1" parent="1" source="ZxT0anLmeUN1lRlBXtKW-11" style="edgeStyle=none;curved=1;rounded=0;orthogonalLoop=1;jettySize=auto;html=1;entryX=0.65;entryY=1;entryDx=0;entryDy=0;entryPerimeter=0;fontSize=12;startSize=8;endSize=8;" target="H6ffHFjMrClnpl93w-sh-13">
+           <mxGeometry relative="1" as="geometry">
+             <Array as="points">
+               <mxPoint x="980" y="490" />
+             </Array>
+           </mxGeometry>
        </mxCell>
      </root>
    </mxGraphModel>
  </diagram>
</mxfile>
